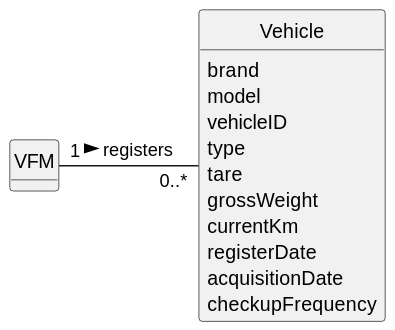
Earlier version of the PlantUML export docs/sprintA/us006/02.analysis/svg/us006-domain-model.svg (Departamento-de-Engenharia-Informatica/lei-24-s2-1do-g164).
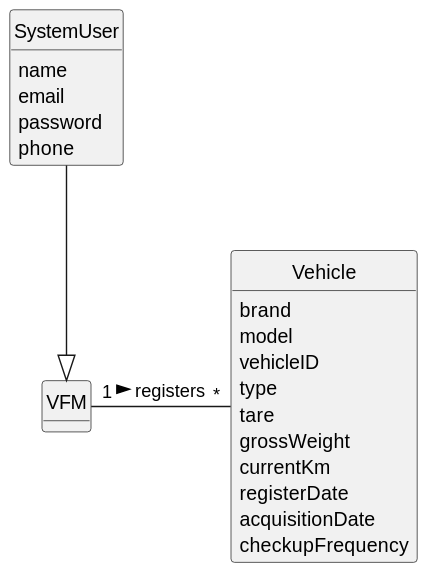
Above is the later version.

Diff of the diagram source:
```diff
@@ -9,6 +9,13 @@
 hide circle
 hide methods
 
+class SystemUser {
+    name
+    email
+    password
+    phone
+
+}
 class Vehicle {
    brand
    model
@@ -28,5 +35,6 @@
 }
 
 
-VFM "1" - "0..*" Vehicle: registers >
+VFM "1" - "*" Vehicle: registers >
+SystemUser --|> VFM
 @enduml
```
